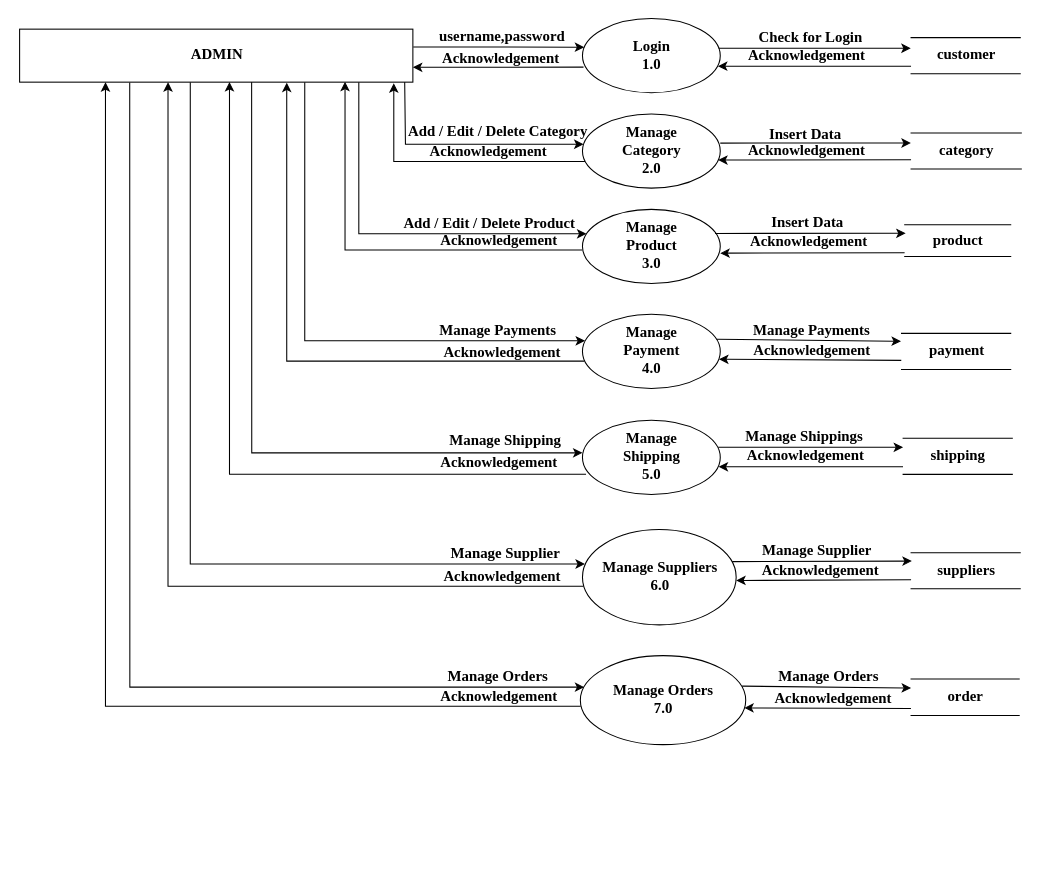
Earlier version of the draw.io diagram New/L1_admin.drawio (Rajdeep31/Diagrams). Source tidied: cells renumbered, new cells numbered last; positions are measured from the earlier drawing's top-left corner, leaving out a move shared by most shapes. Both pictures are drawn from the tidied source at 106%, with x=0, y=0 at pixel (2, 18).
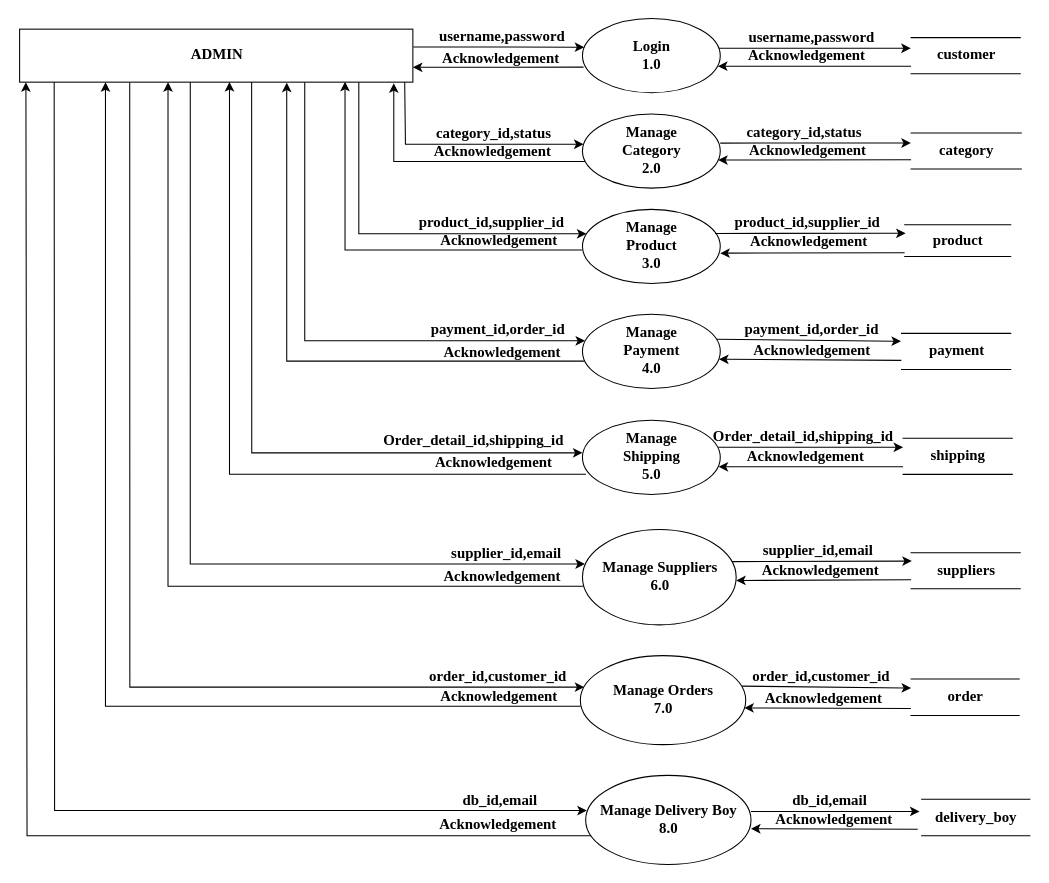
The same page after the edit.

Unchanged cells that the change refers to:
```xml
<mxCell id="18" value="&lt;font color=&quot;#000000&quot; style=&quot;font-size: 14px;&quot;&gt;&lt;b style=&quot;font-size: 14px;&quot;&gt;ADMIN&lt;/b&gt;&lt;/font&gt;" style="html=1;dashed=0;whitespace=wrap;fillColor=#FFFFFF;strokeColor=#000000;fontFamily=Times New Roman;fontSize=14;" parent="1" vertex="1">
  <mxGeometry x="16" y="10" width="371" height="50" as="geometry" />
</mxCell>
```

The edit, as a diff of the source:
```diff
@@
+    <mxCell id="73" style="edgeStyle=none;html=1;exitX=0.123;exitY=1.041;exitDx=0;exitDy=0;entryX=0.007;entryY=0.395;entryDx=0;entryDy=0;exitPerimeter=0;rounded=0;strokeColor=#000000;entryPerimeter=0;" parent="1" edge="1" target="75">
+      <mxGeometry relative="1" as="geometry">
+        <mxPoint x="48.6" y="53" as="sourcePoint" />
+        <Array as="points">
+          <mxPoint x="49" y="747" />
+        </Array>
+      </mxGeometry>
+    </mxCell>
@@
     <mxCell id="34" value="&lt;font style=&quot;font-size: 14px;&quot;&gt;Acknowledgement&lt;/font&gt;" style="text;html=1;align=right;verticalAlign=middle;strokeColor=none;fillColor=none;fontSize=14;fontColor=#000000;fontStyle=1;fontFamily=Times New Roman;" parent="1" vertex="1">
-      <mxGeometry x="695" y="114" width="120" height="21" as="geometry" />
+      <mxGeometry x="696" y="114" width="120" height="21" as="geometry" />
     </mxCell>
@@
     <mxCell id="37" value="&lt;font style=&quot;font-size: 14px;&quot;&gt;Acknowledgement&lt;/font&gt;" style="text;html=1;align=right;verticalAlign=middle;strokeColor=none;fillColor=none;fontSize=14;fontColor=#000000;fontStyle=1;fontFamily=Times New Roman;" parent="1" vertex="1">
-      <mxGeometry x="694" y="402.5" width="120" height="21" as="geometry" />
+      <mxGeometry x="694" y="403.5" width="120" height="21" as="geometry" />
     </mxCell>
-    <mxCell id="38" value="&lt;b style=&quot;font-size: 14px;&quot;&gt;Check for Login&lt;/b&gt;" style="text;html=1;align=center;verticalAlign=middle;strokeColor=none;fillColor=none;fontSize=14;fontColor=#000000;fontFamily=Times New Roman;" parent="1" vertex="1">
-      <mxGeometry x="708" y="8" width="108" height="21" as="geometry" />
+    <mxCell id="38" value="&lt;b&gt;username,password&lt;/b&gt;" style="text;html=1;align=center;verticalAlign=middle;strokeColor=none;fillColor=none;fontSize=14;fontColor=#000000;fontFamily=Times New Roman;" parent="1" vertex="1">
+      <mxGeometry x="698" y="8" width="129" height="21" as="geometry" />
     </mxCell>
-    <mxCell id="39" value="&lt;b style=&quot;font-size: 14px;&quot;&gt;Insert Data&lt;/b&gt;" style="text;html=1;align=center;verticalAlign=middle;strokeColor=none;fillColor=none;fontSize=14;fontColor=#000000;fontFamily=Times New Roman;" parent="1" vertex="1">
-      <mxGeometry x="718" y="99" width="78" height="21" as="geometry" />
+    <mxCell id="39" value="&lt;b&gt;category_id,status&lt;/b&gt;" style="text;html=1;align=center;verticalAlign=middle;strokeColor=none;fillColor=none;fontSize=14;fontColor=#000000;fontFamily=Times New Roman;" parent="1" vertex="1">
+      <mxGeometry x="697" y="97" width="118" height="21" as="geometry" />
     </mxCell>
-    <mxCell id="40" value="&lt;b style=&quot;font-size: 14px;&quot;&gt;Insert Data&lt;/b&gt;" style="text;html=1;align=center;verticalAlign=middle;strokeColor=none;fillColor=none;fontSize=14;fontColor=#000000;fontFamily=Times New Roman;" parent="1" vertex="1">
-      <mxGeometry x="720" y="182" width="78" height="21" as="geometry" />
+    <mxCell id="40" value="&lt;b&gt;product_id,supplier_id&lt;/b&gt;" style="text;html=1;align=center;verticalAlign=middle;strokeColor=none;fillColor=none;fontSize=14;fontColor=#000000;fontFamily=Times New Roman;" parent="1" vertex="1">
+      <mxGeometry x="685" y="182" width="147" height="21" as="geometry" />
     </mxCell>
-    <mxCell id="41" value="&lt;b style=&quot;font-size: 14px&quot;&gt;Manage Payments&lt;/b&gt;" style="text;html=1;align=center;verticalAlign=middle;strokeColor=none;fillColor=none;fontSize=14;fontColor=#000000;fontFamily=Times New Roman;" parent="1" vertex="1">
-      <mxGeometry x="703" y="284" width="120" height="21" as="geometry" />
+    <mxCell id="41" value="&lt;b&gt;payment_id,order_id&lt;/b&gt;" style="text;html=1;align=center;verticalAlign=middle;strokeColor=none;fillColor=none;fontSize=14;fontColor=#000000;fontFamily=Times New Roman;" parent="1" vertex="1">
+      <mxGeometry x="695" y="283" width="136" height="21" as="geometry" />
     </mxCell>
-    <mxCell id="42" value="&lt;b style=&quot;font-size: 14px&quot;&gt;Manage Shippings&lt;/b&gt;" style="text;html=1;align=center;verticalAlign=middle;strokeColor=none;fillColor=none;fontSize=14;fontColor=#000000;fontFamily=Times New Roman;" parent="1" vertex="1">
-      <mxGeometry x="695" y="384" width="121" height="21" as="geometry" />
+    <mxCell id="42" value="&lt;b&gt;Order_detail_id,shipping_id&lt;/b&gt;" style="text;html=1;align=center;verticalAlign=middle;strokeColor=none;fillColor=none;fontSize=14;fontColor=#000000;fontFamily=Times New Roman;" parent="1" vertex="1">
+      <mxGeometry x="665" y="384" width="180" height="21" as="geometry" />
     </mxCell>
@@
-    <mxCell id="45" value="&lt;b style=&quot;font-size: 14px;&quot;&gt;Add / Edit / Delete Category&lt;/b&gt;" style="text;html=1;align=center;verticalAlign=middle;strokeColor=none;fillColor=none;fontSize=14;fontColor=#000000;fontFamily=Times New Roman;" parent="1" vertex="1">
-      <mxGeometry x="377" y="96" width="179" height="21" as="geometry" />
+    <mxCell id="45" value="&lt;b style=&quot;font-size: 14px&quot;&gt;category_id,status&lt;/b&gt;" style="text;html=1;align=center;verticalAlign=middle;strokeColor=none;fillColor=none;fontSize=14;fontColor=#000000;fontFamily=Times New Roman;" parent="1" vertex="1">
+      <mxGeometry x="404" y="98" width="118" height="21" as="geometry" />
     </mxCell>
     <mxCell id="46" value="&lt;b style=&quot;font-size: 14px;&quot;&gt;Acknowledgement&lt;/b&gt;" style="text;html=1;align=center;verticalAlign=middle;strokeColor=none;fillColor=none;fontSize=14;fontColor=#000000;fontFamily=Times New Roman;" parent="1" vertex="1">
-      <mxGeometry x="398" y="115" width="120" height="21" as="geometry" />
+      <mxGeometry x="402" y="115" width="120" height="21" as="geometry" />
     </mxCell>
-    <mxCell id="47" value="&lt;b style=&quot;font-size: 14px;&quot;&gt;Add / Edit / Delete Product&lt;/b&gt;" style="text;html=1;align=center;verticalAlign=middle;strokeColor=none;fillColor=none;fontSize=14;fontColor=#000000;fontFamily=Times New Roman;" parent="1" vertex="1">
-      <mxGeometry x="373" y="183" width="172" height="21" as="geometry" />
+    <mxCell id="47" value="&lt;b style=&quot;font-size: 14px&quot;&gt;product_id,supplier_id&lt;/b&gt;" style="text;html=1;align=center;verticalAlign=middle;strokeColor=none;fillColor=none;fontSize=14;fontColor=#000000;fontFamily=Times New Roman;" parent="1" vertex="1">
+      <mxGeometry x="387" y="182" width="147" height="21" as="geometry" />
     </mxCell>
@@
-    <mxCell id="49" value="&lt;b style=&quot;font-size: 14px&quot;&gt;Manage Payments&lt;/b&gt;" style="text;html=1;align=center;verticalAlign=middle;strokeColor=none;fillColor=none;fontSize=14;fontColor=#000000;fontFamily=Times New Roman;" parent="1" vertex="1">
-      <mxGeometry x="406.5" y="284" width="120" height="21" as="geometry" />
+    <mxCell id="49" value="&lt;b style=&quot;font-size: 14px&quot;&gt;payment_id,order_id&lt;/b&gt;" style="text;html=1;align=center;verticalAlign=middle;strokeColor=none;fillColor=none;fontSize=14;fontColor=#000000;fontFamily=Times New Roman;" parent="1" vertex="1">
+      <mxGeometry x="398.5" y="283" width="136" height="21" as="geometry" />
     </mxCell>
@@
-    <mxCell id="51" value="&lt;b style=&quot;font-size: 14px&quot;&gt;Manage Shipping&lt;/b&gt;" style="text;html=1;align=center;verticalAlign=middle;strokeColor=none;fillColor=none;fontSize=14;fontColor=#000000;fontFamily=Times New Roman;" parent="1" vertex="1">
-      <mxGeometry x="416" y="388" width="115" height="21" as="geometry" />
+    <mxCell id="51" value="&lt;b style=&quot;font-size: 14px&quot;&gt;Order_detail_id,shipping_id&lt;/b&gt;" style="text;html=1;align=center;verticalAlign=middle;strokeColor=none;fillColor=none;fontSize=14;fontColor=#000000;fontFamily=Times New Roman;" parent="1" vertex="1">
+      <mxGeometry x="354" y="388" width="180" height="21" as="geometry" />
     </mxCell>
     <mxCell id="52" value="&lt;b style=&quot;font-size: 14px;&quot;&gt;Acknowledgement&lt;/b&gt;" style="text;html=1;align=center;verticalAlign=middle;strokeColor=none;fillColor=none;fontSize=14;fontColor=#000000;fontFamily=Times New Roman;" parent="1" vertex="1">
-      <mxGeometry x="408" y="409" width="120" height="21" as="geometry" />
+      <mxGeometry x="403" y="409" width="120" height="21" as="geometry" />
     </mxCell>
@@
-    <mxCell id="59" value="&lt;b style=&quot;font-size: 14px;&quot;&gt;Manage Supplier&lt;br style=&quot;font-size: 14px;&quot;&gt;&lt;/b&gt;" style="text;html=1;align=center;verticalAlign=middle;strokeColor=none;fillColor=none;fontSize=14;fontColor=#000000;fontFamily=Times New Roman;" parent="1" vertex="1">
-      <mxGeometry x="711.5" y="492" width="113" height="21" as="geometry" />
+    <mxCell id="59" value="&lt;b&gt;supplier_id,email&lt;/b&gt;&lt;b style=&quot;font-size: 14px&quot;&gt;&lt;br style=&quot;font-size: 14px&quot;&gt;&lt;/b&gt;" style="text;html=1;align=center;verticalAlign=middle;strokeColor=none;fillColor=none;fontSize=14;fontColor=#000000;fontFamily=Times New Roman;" parent="1" vertex="1">
+      <mxGeometry x="711.5" y="492" width="114" height="21" as="geometry" />
     </mxCell>
@@
-    <mxCell id="62" value="&lt;b style=&quot;font-size: 14px;&quot;&gt;Manage Supplier&lt;/b&gt;" style="text;html=1;align=center;verticalAlign=middle;strokeColor=none;fillColor=none;fontSize=14;fontColor=#000000;fontFamily=Times New Roman;" parent="1" vertex="1">
-      <mxGeometry x="417.5" y="494" width="113" height="21" as="geometry" />
+    <mxCell id="62" value="&lt;b style=&quot;font-size: 14px&quot;&gt;supplier_id,email&lt;/b&gt;" style="text;html=1;align=center;verticalAlign=middle;strokeColor=none;fillColor=none;fontSize=14;fontColor=#000000;fontFamily=Times New Roman;" parent="1" vertex="1">
+      <mxGeometry x="417.5" y="494" width="114" height="21" as="geometry" />
     </mxCell>
@@
-    <mxCell id="64" value="&lt;b style=&quot;font-size: 14px&quot;&gt;Manage Orders&lt;/b&gt;" style="text;html=1;align=center;verticalAlign=middle;strokeColor=none;fillColor=none;fontSize=14;fontColor=#000000;fontFamily=Times New Roman;" parent="1" vertex="1">
-      <mxGeometry x="414.5" y="610" width="104" height="21" as="geometry" />
+    <mxCell id="64" value="&lt;b style=&quot;font-size: 14px&quot;&gt;order_id,customer_id&lt;/b&gt;" style="text;html=1;align=center;verticalAlign=middle;strokeColor=none;fillColor=none;fontSize=14;fontColor=#000000;fontFamily=Times New Roman;" parent="1" vertex="1">
+      <mxGeometry x="397.5" y="610" width="139" height="21" as="geometry" />
     </mxCell>
@@
-    <mxCell id="68" value="&lt;b style=&quot;font-size: 14px&quot;&gt;Manage Orders&lt;br style=&quot;font-size: 14px&quot;&gt;&lt;/b&gt;" style="text;html=1;align=center;verticalAlign=middle;strokeColor=none;fillColor=none;fontSize=14;fontColor=#000000;fontFamily=Times New Roman;" parent="1" vertex="1">
-      <mxGeometry x="727" y="610" width="104" height="21" as="geometry" />
+    <mxCell id="68" value="&lt;b&gt;order_id,customer_id&lt;/b&gt;&lt;b style=&quot;font-size: 14px&quot;&gt;&lt;br style=&quot;font-size: 14px&quot;&gt;&lt;/b&gt;" style="text;html=1;align=center;verticalAlign=middle;strokeColor=none;fillColor=none;fontSize=14;fontColor=#000000;fontFamily=Times New Roman;" parent="1" vertex="1">
+      <mxGeometry x="702" y="610" width="139" height="21" as="geometry" />
     </mxCell>
@@
     <mxCell id="70" value="&lt;font style=&quot;font-size: 14px;&quot;&gt;Acknowledgement&lt;/font&gt;" style="text;html=1;align=right;verticalAlign=middle;strokeColor=none;fillColor=none;fontSize=14;fontColor=#000000;fontStyle=1;fontFamily=Times New Roman;" parent="1" vertex="1">
-      <mxGeometry x="720" y="631" width="120" height="21" as="geometry" />
+      <mxGeometry x="711" y="631" width="120" height="21" as="geometry" />
     </mxCell>
@@
+    <mxCell id="74" style="edgeStyle=none;rounded=0;html=1;exitX=0;exitY=0.5;exitDx=0;exitDy=0;strokeColor=#000000;entryX=0.016;entryY=1.002;entryDx=0;entryDy=0;entryPerimeter=0;" parent="1" edge="1" target="18">
+      <mxGeometry relative="1" as="geometry">
+        <mxPoint x="557" y="771" as="sourcePoint" />
+        <Array as="points">
+          <mxPoint x="23" y="771" />
+        </Array>
+      </mxGeometry>
+    </mxCell>
+    <mxCell id="75" value="Manage Delivery Boy&lt;br style=&quot;font-size: 14px&quot;&gt;8.0" style="shape=ellipse;html=1;dashed=0;whitespace=wrap;perimeter=ellipsePerimeter;labelBackgroundColor=#FFFFFF;fontSize=14;fontColor=#000000;strokeColor=#000000;fillColor=#FFFFFF;fontStyle=1;fontFamily=Times New Roman;" parent="1" vertex="1">
+      <mxGeometry x="550" y="714" width="156" height="84" as="geometry" />
+    </mxCell>
+    <mxCell id="76" value="&lt;b style=&quot;font-size: 14px&quot;&gt;db_id,email&lt;/b&gt;" style="text;html=1;align=center;verticalAlign=middle;strokeColor=none;fillColor=none;fontSize=14;fontColor=#000000;fontFamily=Times New Roman;" parent="1" vertex="1">
+      <mxGeometry x="428.5" y="727" width="80" height="21" as="geometry" />
+    </mxCell>
+    <mxCell id="77" value="&lt;b style=&quot;font-size: 14px;&quot;&gt;Acknowledgement&lt;/b&gt;" style="text;html=1;align=center;verticalAlign=middle;strokeColor=none;fillColor=none;fontSize=14;fontColor=#000000;fontFamily=Times New Roman;" parent="1" vertex="1">
+      <mxGeometry x="406.5" y="750" width="120" height="21" as="geometry" />
+    </mxCell>
+    <mxCell id="78" style="endArrow=classic;html=1;rounded=0;labelBackgroundColor=#000000;labelBorderColor=#000000;fontSize=14;fontColor=#000000;strokeColor=#000000;exitX=0.978;exitY=0.343;exitDx=0;exitDy=0;exitPerimeter=0;fontFamily=Times New Roman;" parent="1" edge="1">
+      <mxGeometry relative="1" as="geometry">
+        <mxPoint x="706" y="748" as="sourcePoint" />
+        <mxPoint x="865" y="748" as="targetPoint" />
+      </mxGeometry>
+    </mxCell>
+    <mxCell id="79" style="endArrow=classic;html=1;rounded=0;labelBackgroundColor=#000000;labelBorderColor=#000000;fontSize=14;fontColor=#000000;strokeColor=#000000;entryX=0.991;entryY=0.587;entryDx=0;entryDy=0;entryPerimeter=0;fontFamily=Times New Roman;exitX=-0.001;exitY=0.811;exitDx=0;exitDy=0;exitPerimeter=0;" parent="1" edge="1">
+      <mxGeometry relative="1" as="geometry">
+        <mxPoint x="863.3" y="764.9" as="sourcePoint" />
+        <mxPoint x="706" y="764.3" as="targetPoint" />
+      </mxGeometry>
+    </mxCell>
+    <mxCell id="80" value="&lt;b style=&quot;font-size: 14px&quot;&gt;delivery_boy&lt;/b&gt;" style="html=1;dashed=0;whitespace=wrap;shape=partialRectangle;right=0;left=0;labelBackgroundColor=none;fontSize=14;fontColor=#000000;strokeColor=#000000;fillColor=#FFFFFF;fontFamily=Times New Roman;" parent="1" vertex="1">
+      <mxGeometry x="867" y="736.5" width="102" height="34.5" as="geometry" />
+    </mxCell>
+    <mxCell id="81" value="&lt;b&gt;db_id,email&lt;/b&gt;" style="text;html=1;align=center;verticalAlign=middle;strokeColor=none;fillColor=none;fontSize=14;fontColor=#000000;fontFamily=Times New Roman;" parent="1" vertex="1">
+      <mxGeometry x="739.5" y="727" width="80" height="21" as="geometry" />
+    </mxCell>
+    <mxCell id="82" value="&lt;b style=&quot;font-size: 14px;&quot;&gt;Acknowledgement&lt;/b&gt;" style="text;html=1;align=center;verticalAlign=middle;strokeColor=none;fillColor=none;fontSize=14;fontColor=#000000;fontFamily=Times New Roman;" parent="1" vertex="1">
+      <mxGeometry x="724" y="745.3" width="120" height="21" as="geometry" />
+    </mxCell>
```
